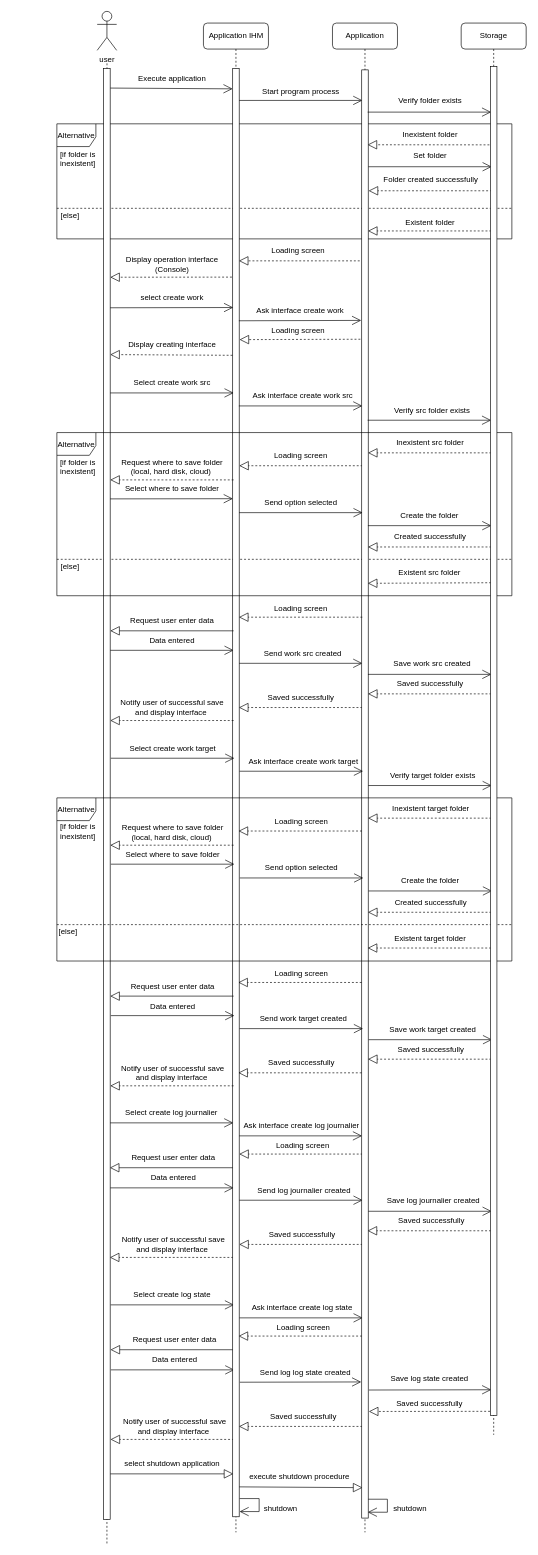
This is Untitled Diagram.drawio from Weicheng178/Test, a draw.io file, before an edit. Source tidied: cells renumbered, new cells numbered last; positions are measured from the earlier drawing's top-left corner, leaving out a move shared by most shapes. Both pictures are drawn from the tidied source at 65%, with x=0, y=0 at pixel (51, 11).
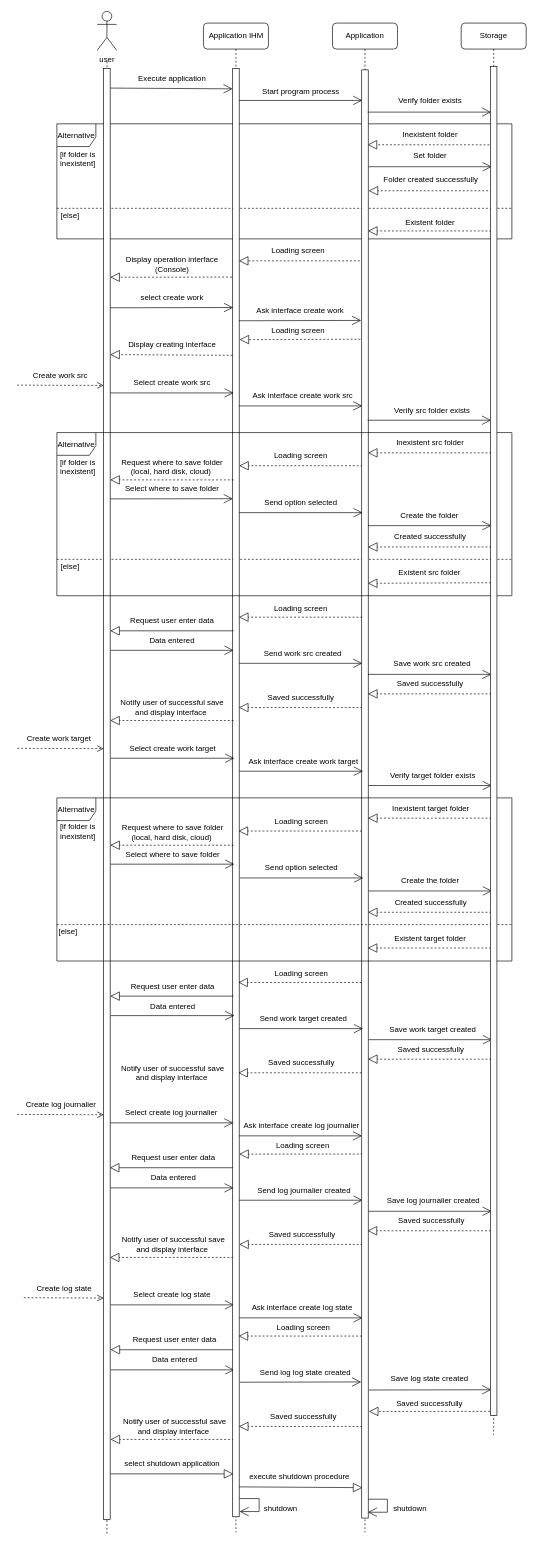
After the change.

Change to the diagram source:
```diff
@@
     <mxCell id="12" style="endArrow=none;dashed=1;html=1;rounded=1;" parent="1" edge="1">
       <mxGeometry relative="1" as="geometry">
-        <mxPoint x="85" y="2357" as="sourcePoint" />
+        <mxPoint x="85" y="2342" as="sourcePoint" />
         <mxPoint x="85.1" y="77" as="targetPoint" />
       </mxGeometry>
     </mxCell>
@@
-    <mxCell id="128" style="endArrow=block;dashed=1;endFill=0;endSize=12;html=1;rounded=1;" parent="1" edge="1">
-      <mxGeometry relative="1" as="geometry">
-        <mxPoint x="279.9" y="1653" as="sourcePoint" />
-        <mxPoint x="90.1" y="1653" as="targetPoint" />
-      </mxGeometry>
-    </mxCell>
@@
+    <mxCell id="173" value="Create log journalier" style="text;html=1;align=center;verticalAlign=middle;strokeColor=none;fillColor=none;rounded=1;" parent="1" vertex="1">
+      <mxGeometry x="-51.5" y="1667" width="130" height="30" as="geometry" />
+    </mxCell>
+    <mxCell id="174" value="Create log state" style="text;html=1;align=center;verticalAlign=middle;strokeColor=none;fillColor=none;rounded=1;" parent="1" vertex="1">
+      <mxGeometry x="-36.5" y="1950" width="110" height="30" as="geometry" />
+    </mxCell>
+    <mxCell id="175" value="Create work target" style="text;html=1;align=center;verticalAlign=middle;strokeColor=none;fillColor=none;rounded=1;" parent="1" vertex="1">
+      <mxGeometry x="-49" y="1103.5" width="120" height="30" as="geometry" />
+    </mxCell>
+    <mxCell id="176" value="Create work src" style="text;html=1;align=center;verticalAlign=middle;strokeColor=none;fillColor=none;rounded=1;" parent="1" vertex="1">
+      <mxGeometry x="-42.5" y="545" width="110" height="30" as="geometry" />
+    </mxCell>
+    <mxCell id="177" style="html=1;verticalAlign=bottom;endArrow=open;dashed=1;endSize=8;rounded=0;" parent="1" edge="1">
+      <mxGeometry relative="1" as="geometry">
+        <mxPoint x="-43" y="1979" as="sourcePoint" />
+        <mxPoint x="80" y="1979.5" as="targetPoint" />
+      </mxGeometry>
+    </mxCell>
+    <mxCell id="178" style="html=1;verticalAlign=bottom;endArrow=open;dashed=1;endSize=8;rounded=0;" parent="1" edge="1">
+      <mxGeometry relative="1" as="geometry">
+        <mxPoint x="-53" y="1697" as="sourcePoint" />
+        <mxPoint x="80" y="1697.5" as="targetPoint" />
+      </mxGeometry>
+    </mxCell>
+    <mxCell id="179" style="html=1;verticalAlign=bottom;endArrow=open;dashed=1;endSize=8;rounded=0;" parent="1" edge="1">
+      <mxGeometry relative="1" as="geometry">
+        <mxPoint x="-53" y="1133.8" as="sourcePoint" />
+        <mxPoint x="80" y="1134.2" as="targetPoint" />
+      </mxGeometry>
+    </mxCell>
+    <mxCell id="180" style="html=1;verticalAlign=bottom;endArrow=open;dashed=1;endSize=8;rounded=0;" parent="1" edge="1">
+      <mxGeometry relative="1" as="geometry">
+        <mxPoint x="-53" y="575" as="sourcePoint" />
+        <mxPoint x="80" y="575.5" as="targetPoint" />
+      </mxGeometry>
+    </mxCell>
```
